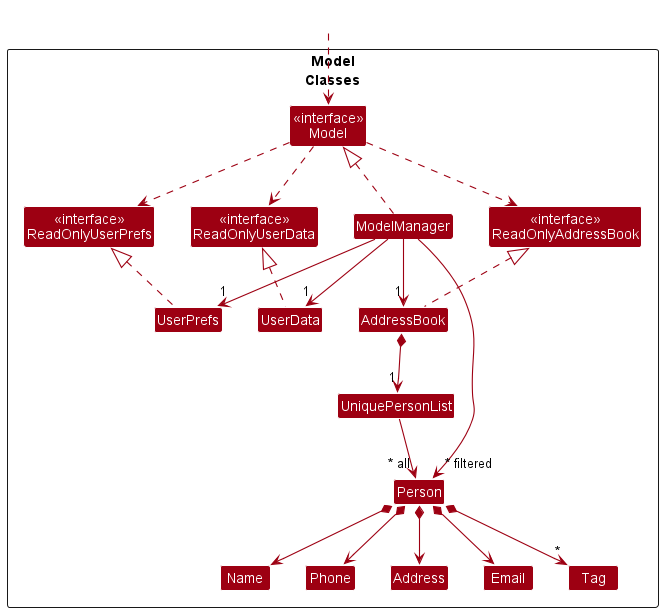
This is docs/images/ModelClassDiagram.png from nus-cs2103-AY2223S2/tp, a PlantUML export, as it was before one commit.
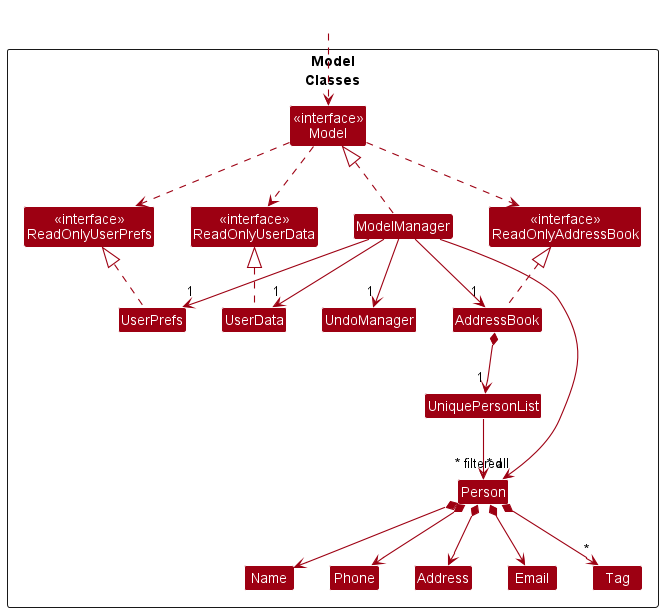
After the commit.

Change to the diagram source:
```diff
@@ -16,6 +16,7 @@
     Class AddressBook
     Class UserPrefs
     Class UserData
+    Class UndoManager
 }
 
 Class UniquePersonList
@@ -41,6 +42,7 @@
 ModelManager -down-> "1" AddressBook
 ModelManager -down-> "1" UserPrefs
 ModelManager -down-> "1" UserData
+ModelManager-down-> "1" UndoManager
 UserPrefs .up.|> ReadOnlyUserPrefs
 
 AddressBook *--> "1" UniquePersonList
@@ -55,5 +57,5 @@
 Phone -[hidden]right-> Address
 Address -[hidden]right-> Email
 
-ModelManager -->"~* filtered" Person
+ModelManager --> "~* filtered" Person
 @enduml
```
